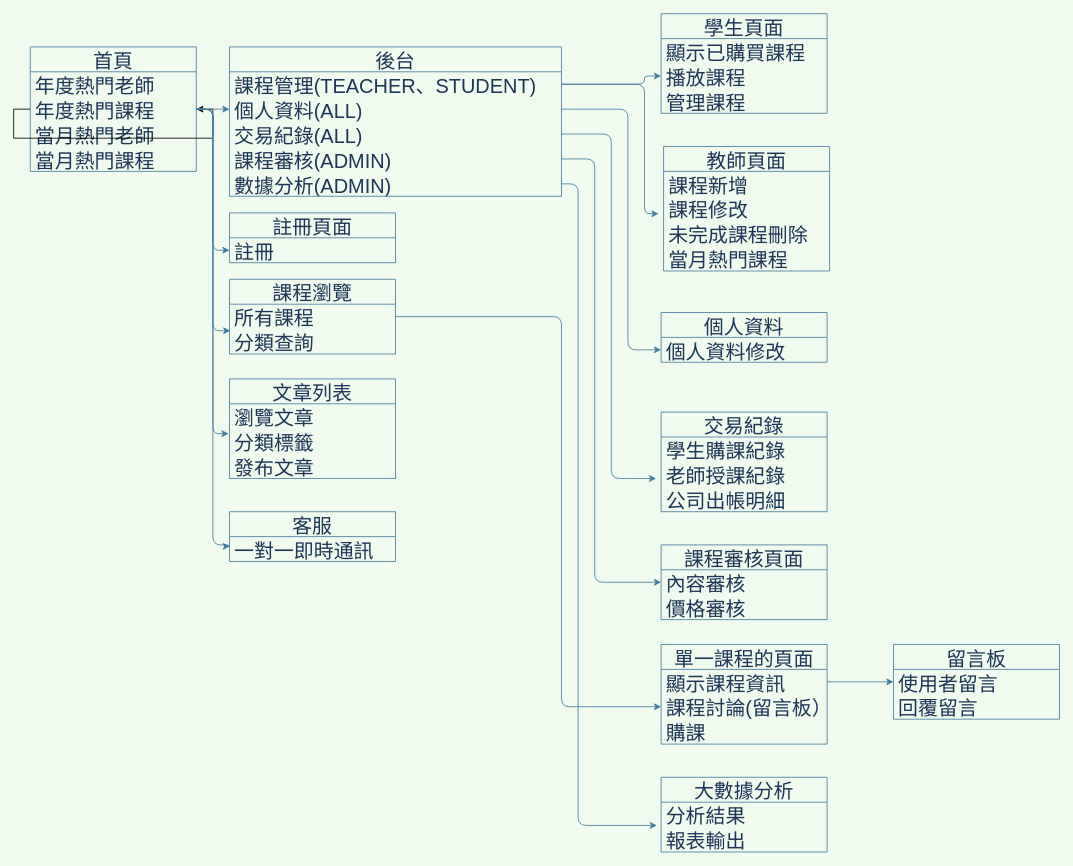
This is manual/architecture/總架構圖.drawio from IIIEDUG02/SpecialTopic, a draw.io file, before an edit. Source tidied: cells renumbered, new cells numbered last; positions are measured from the earlier drawing's top-left corner, leaving out a move shared by most shapes. Both pictures are drawn from the tidied source at 83%, with x=0, y=0 at pixel (30, 13).
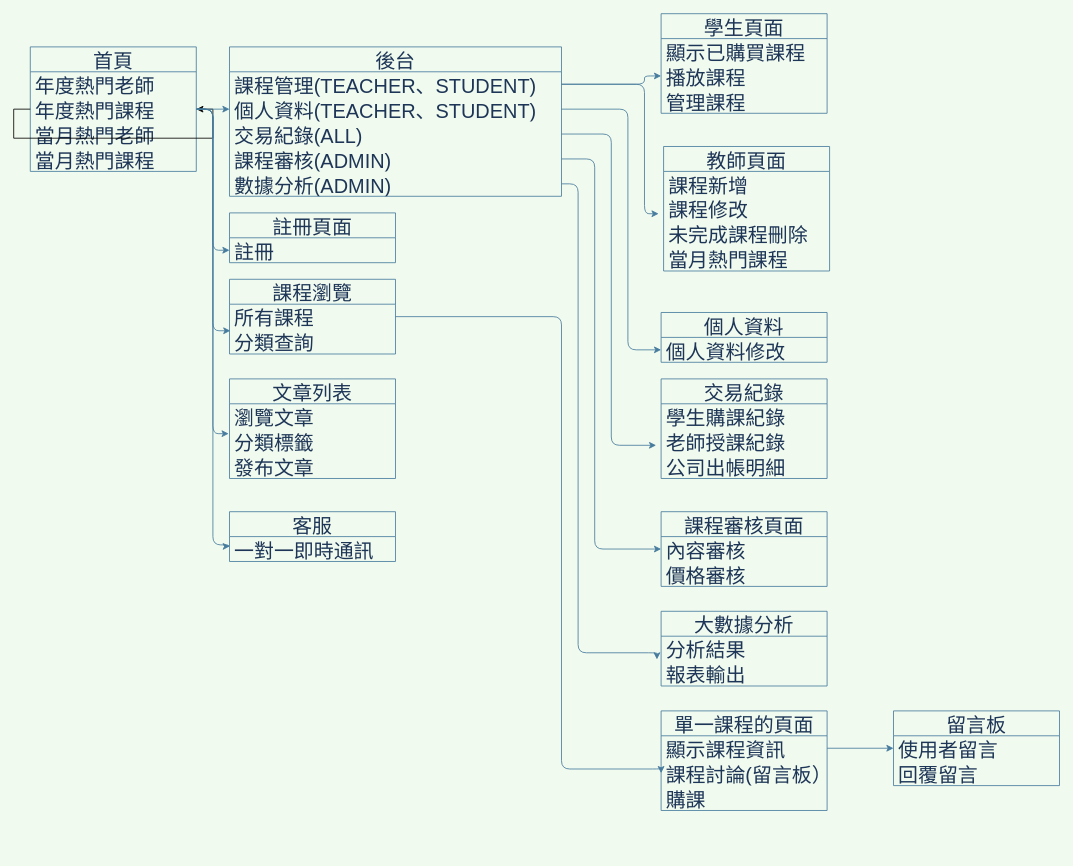
After the change.

The change refers to these unchanged cells:
```xml
<mxCell id="9" value="內容審核" style="text;strokeColor=none;fillColor=none;align=left;verticalAlign=middle;spacingLeft=4;spacingRight=4;overflow=hidden;points=[[0,0.5],[1,0.5]];portConstraint=eastwest;fontSize=24;fontColor=#1D3557;" parent="8" vertex="1">
  <mxGeometry y="30" width="200" height="30" as="geometry" />
</mxCell>
<mxCell id="25" value="所有課程" style="text;strokeColor=none;fillColor=none;align=left;verticalAlign=middle;spacingLeft=4;spacingRight=4;overflow=hidden;points=[[0,0.5],[1,0.5]];portConstraint=eastwest;fontSize=24;fontColor=#1D3557;" parent="24" vertex="1">
  <mxGeometry y="30" width="200" height="30" as="geometry" />
</mxCell>
<mxCell id="31" value="後台" style="swimlane;fontStyle=0;horizontal=1;startSize=30;fontSize=24;fontColor=#1D3557;strokeColor=#457B9D;fillColor=none;" parent="1" vertex="1">
  <mxGeometry x="240" y="40" width="400" height="180" as="geometry" />
</mxCell>
<mxCell id="35" value="課程審核(ADMIN)" style="text;strokeColor=none;fillColor=none;align=left;verticalAlign=middle;spacingLeft=4;spacingRight=4;overflow=hidden;points=[[0,0.5],[1,0.5]];portConstraint=eastwest;fontSize=24;fontColor=#1D3557;" parent="31" vertex="1">
  <mxGeometry y="120" width="400" height="30" as="geometry" />
</mxCell>
<mxCell id="36" value="數據分析(ADMIN)" style="text;strokeColor=none;fillColor=none;align=left;verticalAlign=middle;spacingLeft=4;spacingRight=4;overflow=hidden;points=[[0,0.5],[1,0.5]];portConstraint=eastwest;fontSize=24;fontColor=#1D3557;" parent="31" vertex="1">
  <mxGeometry y="150" width="400" height="30" as="geometry" />
</mxCell>
<mxCell id="41" value="課程討論(留言板）" style="text;strokeColor=none;fillColor=none;align=left;verticalAlign=middle;spacingLeft=4;spacingRight=4;overflow=hidden;points=[[0,0.5],[1,0.5]];portConstraint=eastwest;fontSize=24;fontColor=#1D3557;" parent="39" vertex="1">
  <mxGeometry y="60" width="200" height="30" as="geometry" />
</mxCell>
<mxCell id="48" value="報表輸出" style="text;strokeColor=none;fillColor=none;align=left;verticalAlign=middle;spacingLeft=4;spacingRight=4;overflow=hidden;points=[[0,0.5],[1,0.5]];portConstraint=eastwest;fontSize=24;fontColor=#1D3557;" parent="46" vertex="1">
  <mxGeometry y="60" width="200" height="30" as="geometry" />
</mxCell>
```

What changed in the source:
```diff
@@
     <mxCell id="8" value="課程審核頁面" style="swimlane;fontStyle=0;horizontal=1;startSize=30;fontSize=24;fontColor=#1D3557;strokeColor=#457B9D;fillColor=none;" parent="1" vertex="1">
-      <mxGeometry x="760" y="640" width="200" height="90" as="geometry" />
+      <mxGeometry x="760" y="600" width="200" height="90" as="geometry" />
     </mxCell>
@@
     <mxCell id="20" value="交易紀錄" style="swimlane;fontStyle=0;horizontal=1;startSize=30;fontSize=24;fontColor=#1D3557;strokeColor=#457B9D;fillColor=none;" parent="1" vertex="1">
-      <mxGeometry x="760" y="480" width="200" height="120" as="geometry" />
+      <mxGeometry x="760" y="440" width="200" height="120" as="geometry" />
     </mxCell>
@@
-    <mxCell id="33" value="個人資料(ALL)" style="text;strokeColor=none;fillColor=none;align=left;verticalAlign=middle;spacingLeft=4;spacingRight=4;overflow=hidden;points=[[0,0.5],[1,0.5]];portConstraint=eastwest;fontSize=24;fontColor=#1D3557;" parent="31" vertex="1">
+    <mxCell id="33" value="個人資料(TEACHER、STUDENT)" style="text;strokeColor=none;fillColor=none;align=left;verticalAlign=middle;spacingLeft=4;spacingRight=4;overflow=hidden;points=[[0,0.5],[1,0.5]];portConstraint=eastwest;fontSize=24;fontColor=#1D3557;" parent="31" vertex="1">
       <mxGeometry y="60" width="400" height="30" as="geometry" />
     </mxCell>
@@
     <mxCell id="39" value="單一課程的頁面" style="swimlane;fontStyle=0;horizontal=1;startSize=30;fontSize=24;fontColor=#1D3557;strokeColor=#457B9D;fillColor=none;" parent="1" vertex="1">
-      <mxGeometry x="760" y="760" width="200" height="120" as="geometry" />
+      <mxGeometry x="760" y="840" width="200" height="120" as="geometry" />
     </mxCell>
@@
     <mxCell id="43" value="留言板" style="swimlane;fontStyle=0;horizontal=1;startSize=30;fontSize=24;fontColor=#1D3557;strokeColor=#457B9D;fillColor=none;" parent="1" vertex="1">
-      <mxGeometry x="1040" y="760" width="200" height="90" as="geometry" />
+      <mxGeometry x="1040" y="840" width="200" height="90" as="geometry" />
     </mxCell>
@@
     <mxCell id="46" value="大數據分析" style="swimlane;fontStyle=0;horizontal=1;startSize=30;fontSize=24;fontColor=#1D3557;strokeColor=#457B9D;fillColor=none;" parent="1" vertex="1">
-      <mxGeometry x="760" y="920" width="200" height="90" as="geometry" />
+      <mxGeometry x="760" y="720" width="200" height="90" as="geometry" />
     </mxCell>
@@
     <mxCell id="49" style="edgeStyle=orthogonalEdgeStyle;curved=0;rounded=1;sketch=0;jettySize=auto;html=1;entryX=-0.025;entryY=-0.067;entryDx=0;entryDy=0;entryPerimeter=0;fontColor=#1D3557;strokeColor=#457B9D;fillColor=#A8DADC;" parent="1" edge="1" source="36" target="48">
       <mxGeometry relative="1" as="geometry">
         <Array as="points">
           <mxPoint x="660" y="205" />
-          <mxPoint x="660" y="978" />
+          <mxPoint x="660" y="770" />
+          <mxPoint x="755" y="770" />
         </Array>
       </mxGeometry>
     </mxCell>
     <mxCell id="50" style="edgeStyle=orthogonalEdgeStyle;curved=0;rounded=1;sketch=0;jettySize=auto;html=1;entryX=0;entryY=0.5;entryDx=0;entryDy=0;fontColor=#1D3557;strokeColor=#457B9D;fillColor=#A8DADC;" parent="1" edge="1" source="35" target="9">
       <mxGeometry relative="1" as="geometry">
         <Array as="points">
           <mxPoint x="680" y="175" />
-          <mxPoint x="680" y="685" />
+          <mxPoint x="680" y="645" />
         </Array>
       </mxGeometry>
     </mxCell>
@@
     <mxCell id="65" style="edgeStyle=orthogonalEdgeStyle;curved=0;rounded=1;sketch=0;jettySize=auto;html=1;entryX=0;entryY=0.5;entryDx=0;entryDy=0;fontColor=#1D3557;strokeColor=#457B9D;fillColor=#A8DADC;exitX=1;exitY=0.5;exitDx=0;exitDy=0;" parent="1" edge="1" source="25" target="41">
       <mxGeometry relative="1" as="geometry">
         <Array as="points">
           <mxPoint x="640" y="365" />
-          <mxPoint x="640" y="835" />
+          <mxPoint x="640" y="910" />
+          <mxPoint x="760" y="910" />
         </Array>
       </mxGeometry>
     </mxCell>
```
